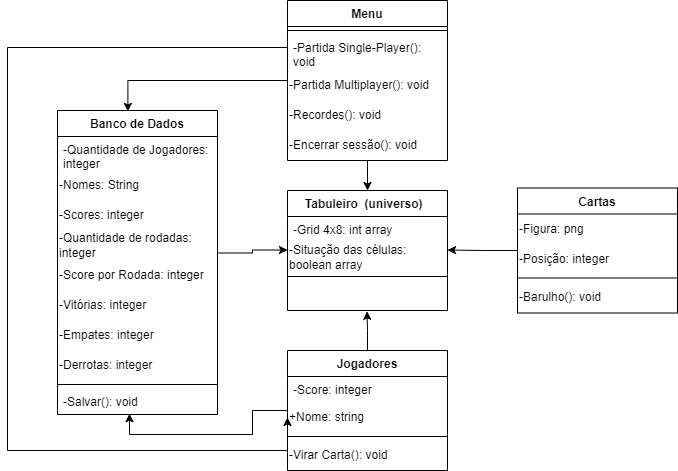
FelipeRibeirooo/Entrega-03-OO-UML keeps this draw.io diagram as Diagrama de Classes.drawio.png. Above is the earlier version. Source tidied: cells renumbered, new cells last; positions are measured from the earlier drawing's top-left corner, leaving out a move shared by most shapes.
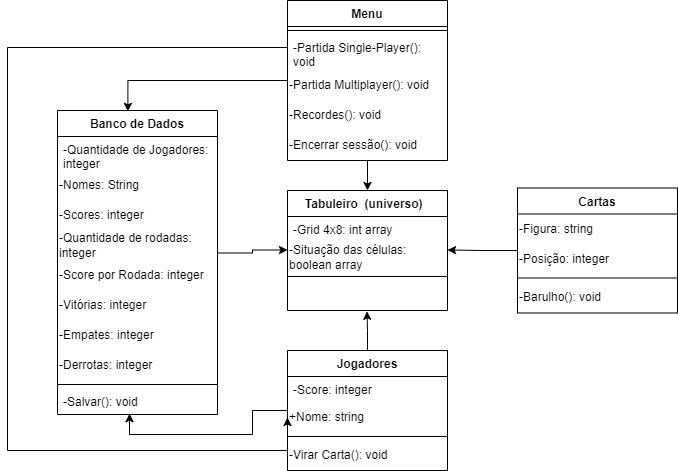
After the change.

Change to the diagram source:
```diff
@@ -38,7 +38,7 @@
     <mxCell id="13" value="Cartas" style="swimlane;fontStyle=1;align=center;verticalAlign=top;horizontal=1;startSize=26;rounded=0;shadow=0;strokeWidth=1;" parent="1" vertex="1">
       <mxGeometry x="510" y="187.5" width="160" height="125" as="geometry" />
     </mxCell>
-    <mxCell id="14" value="&lt;div align=&quot;left&quot;&gt;-Figura: png&lt;br&gt;&lt;/div&gt;" style="text;html=1;strokeColor=none;fillColor=none;align=left;verticalAlign=middle;whiteSpace=wrap;rounded=0;" parent="13" vertex="1">
+    <mxCell id="14" value="&lt;div align=&quot;left&quot;&gt;-Figura: string&lt;br&gt;&lt;/div&gt;" style="text;html=1;strokeColor=none;fillColor=none;align=left;verticalAlign=middle;whiteSpace=wrap;rounded=0;" parent="13" vertex="1">
       <mxGeometry y="26" width="160" height="30" as="geometry" />
     </mxCell>
     <mxCell id="15" value="&lt;div align=&quot;left&quot;&gt;-Posição: integer&lt;br&gt;&lt;/div&gt;" style="text;html=1;strokeColor=none;fillColor=none;align=left;verticalAlign=middle;whiteSpace=wrap;rounded=0;" parent="13" vertex="1">
```
